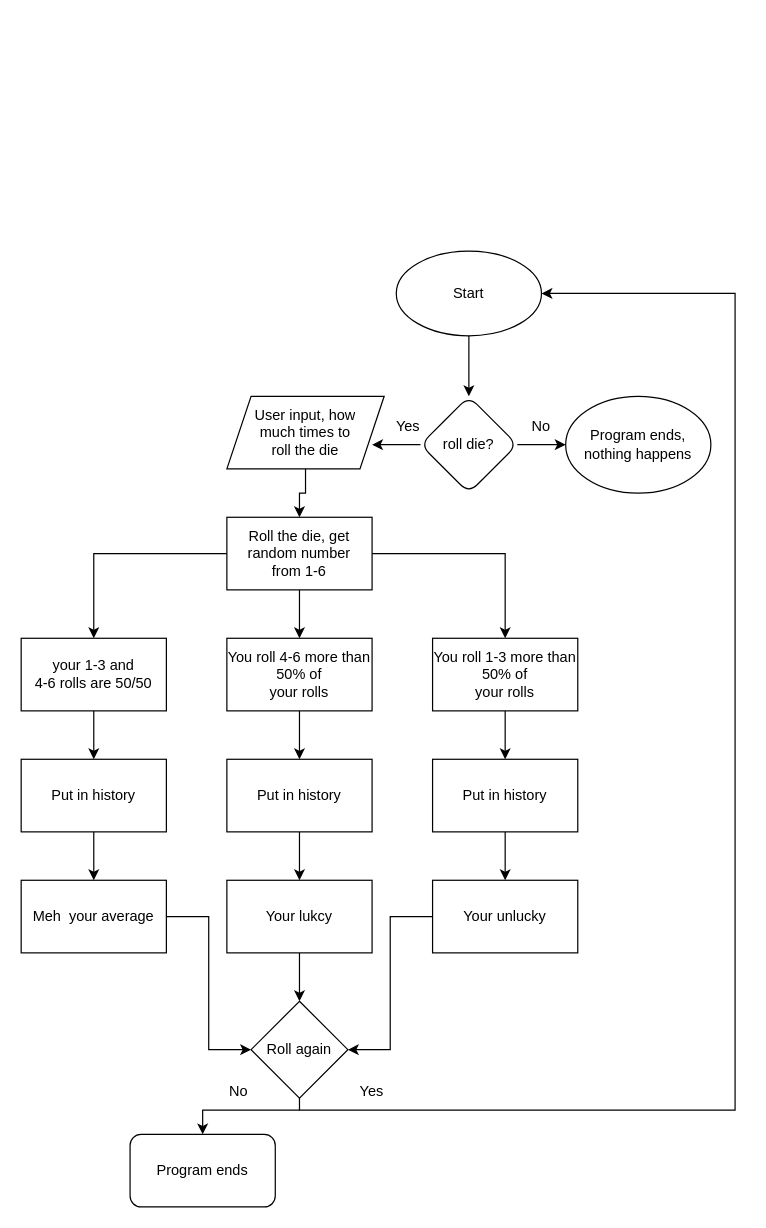
staten-island-tech/create-task-AngelaW45 keeps this draw.io diagram as Untitled Diagram.drawio. Above is the earlier version. Source tidied: cells renumbered, new cells numbered last; positions are measured from the earlier drawing's top-left corner, leaving out a move shared by most shapes. Both pictures are drawn from the tidied source at 121%, with x=0, y=0 at pixel (21, 250).
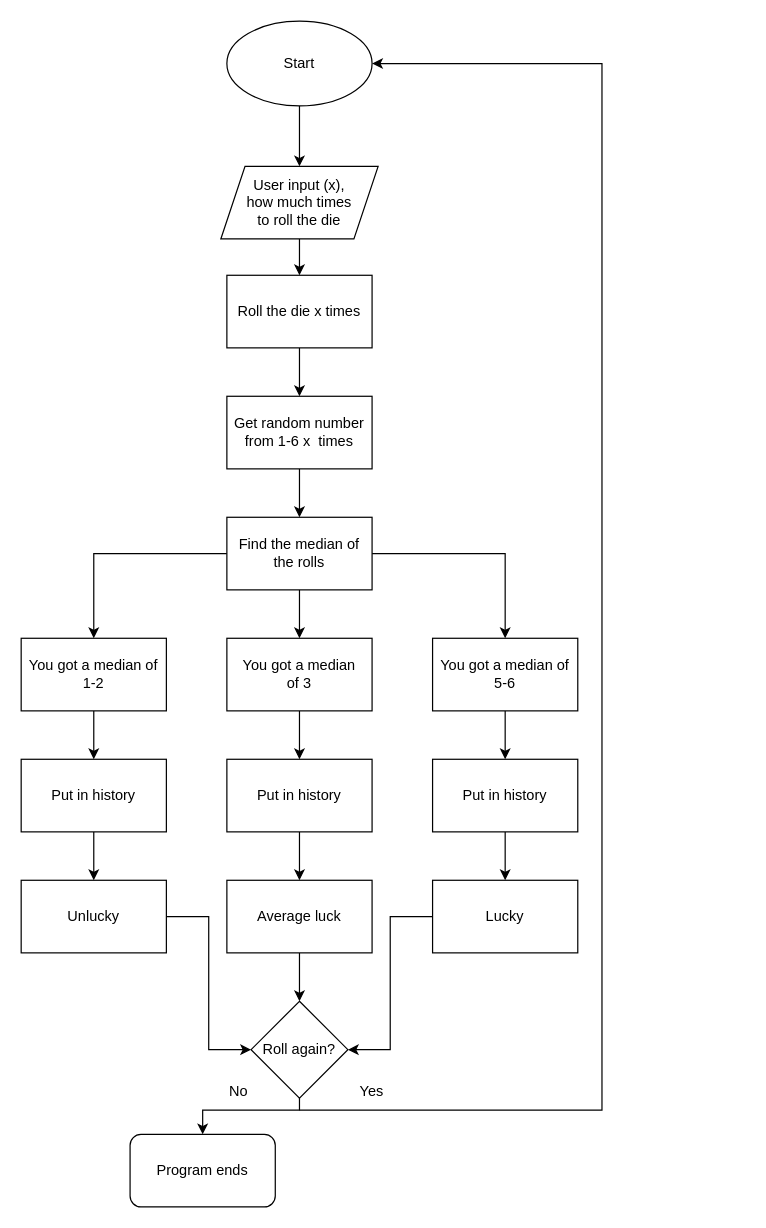
Above is the later version.

The edit, as a diff of the source:
```diff
@@
     <mxCell id="2" style="edgeStyle=orthogonalEdgeStyle;rounded=0;jettySize=auto;html=1;" parent="1" edge="1" source="3">
       <mxGeometry relative="1" as="geometry">
-        <mxPoint x="370" y="120" as="targetPoint" />
+        <mxPoint x="230" y="-70" as="targetPoint" />
       </mxGeometry>
     </mxCell>
     <mxCell id="3" value="Start" style="ellipse;whiteSpace=wrap;html=1;" parent="1" vertex="1">
-      <mxGeometry x="310" width="120" height="70" as="geometry" />
+      <mxGeometry x="170" y="-190" width="120" height="70" as="geometry" />
     </mxCell>
@@
-    <mxCell id="5" style="edgeStyle=orthogonalEdgeStyle;rounded=0;jettySize=auto;html=1;" parent="1" edge="1" source="7">
-      <mxGeometry relative="1" as="geometry">
-        <mxPoint x="450" y="160" as="targetPoint" />
-      </mxGeometry>
-    </mxCell>
-    <mxCell id="6" style="edgeStyle=orthogonalEdgeStyle;rounded=0;jettySize=auto;html=1;" parent="1" edge="1" source="7">
-      <mxGeometry relative="1" as="geometry">
-        <mxPoint x="290" y="160" as="targetPoint" />
-      </mxGeometry>
-    </mxCell>
-    <mxCell id="7" value="roll die?" style="rhombus;whiteSpace=wrap;html=1;rounded=1;" parent="1" vertex="1">
-      <mxGeometry x="330" y="120" width="80" height="80" as="geometry" />
-    </mxCell>
-    <mxCell id="8" value="Yes" style="text;strokeColor=none;align=center;fillColor=none;html=1;verticalAlign=middle;whiteSpace=wrap;rounded=0;" parent="1" vertex="1">
-      <mxGeometry x="290" y="130" width="60" height="30" as="geometry" />
-    </mxCell>
-    <mxCell id="9" value="No" style="text;strokeColor=none;align=center;fillColor=none;html=1;verticalAlign=middle;whiteSpace=wrap;rounded=0;" parent="1" vertex="1">
-      <mxGeometry x="400" y="130" width="60" height="30" as="geometry" />
-    </mxCell>
-    <mxCell id="10" value="Program ends, nothing happens" style="ellipse;whiteSpace=wrap;html=1;rounded=1;" parent="1" vertex="1">
-      <mxGeometry x="450" y="120" width="120" height="80" as="geometry" />
-    </mxCell>
-    <mxCell id="11" style="edgeStyle=orthogonalEdgeStyle;rounded=0;jettySize=auto;html=1;entryX=0.5;entryY=0;entryDx=0;entryDy=0;" parent="1" edge="1" source="14" target="18">
-      <mxGeometry relative="1" as="geometry" />
-    </mxCell>
-    <mxCell id="12" style="edgeStyle=orthogonalEdgeStyle;rounded=0;jettySize=auto;html=1;" parent="1" edge="1" source="14" target="20">
-      <mxGeometry relative="1" as="geometry" />
-    </mxCell>
-    <mxCell id="13" style="edgeStyle=orthogonalEdgeStyle;rounded=0;jettySize=auto;html=1;" parent="1" edge="1" source="14" target="22">
-      <mxGeometry relative="1" as="geometry" />
-    </mxCell>
+    <mxCell id="41" style="edgeStyle=orthogonalEdgeStyle;rounded=0;jettySize=auto;html=1;" parent="1" edge="1" source="14" target="44">
+      <mxGeometry relative="1" as="geometry" />
+    </mxCell>
-    <mxCell id="14" value="&lt;div&gt;Roll the die, get random number&lt;/div&gt;&lt;div&gt;from 1-6&lt;/div&gt;" style="rounded=0;whiteSpace=wrap;html=1;" parent="1" vertex="1">
-      <mxGeometry x="170" y="220" width="120" height="60" as="geometry" />
+    <mxCell id="14" value="&lt;div&gt;Roll the die x times&lt;br&gt;&lt;/div&gt;" style="rounded=0;whiteSpace=wrap;html=1;" parent="1" vertex="1">
+      <mxGeometry x="170" y="20" width="120" height="60" as="geometry" />
     </mxCell>
@@
-    <mxCell id="16" value="&lt;div&gt;User input, how&lt;/div&gt;&lt;div&gt;much times to&lt;/div&gt;&lt;div&gt;roll the die&lt;/div&gt;" style="shape=parallelogram;perimeter=parallelogramPerimeter;whiteSpace=wrap;html=1;fixedSize=1;rounded=0;" parent="1" vertex="1">
-      <mxGeometry x="170" y="120" width="130" height="60" as="geometry" />
+    <mxCell id="16" value="&lt;div&gt;User input (x),&lt;/div&gt;&lt;div&gt;how much times&lt;/div&gt;&lt;div&gt;to roll the die&lt;/div&gt;" style="shape=parallelogram;perimeter=parallelogramPerimeter;whiteSpace=wrap;html=1;fixedSize=1;rounded=0;" parent="1" vertex="1">
+      <mxGeometry x="165" y="-70" width="130" height="60" as="geometry" />
     </mxCell>
@@
-    <mxCell id="18" value="&lt;div&gt;You roll 4-6 more than 50% of&lt;/div&gt;&lt;div&gt;your rolls &lt;/div&gt;" style="rounded=0;whiteSpace=wrap;html=1;" parent="1" vertex="1">
+    <mxCell id="18" value="&lt;div&gt;You got a median&lt;/div&gt;&lt;div&gt;of 3 &lt;br&gt;&lt;/div&gt;" style="rounded=0;whiteSpace=wrap;html=1;" parent="1" vertex="1">
       <mxGeometry x="170" y="320" width="120" height="60" as="geometry" />
     </mxCell>
@@
-    <mxCell id="20" value="&lt;div&gt;You roll 1-3 more than 50% of&lt;/div&gt;&lt;div&gt;your rolls&lt;/div&gt;" style="whiteSpace=wrap;html=1;rounded=0;" parent="1" vertex="1">
+    <mxCell id="20" value="&lt;div&gt;You got a median of 5-6&lt;br&gt;&lt;/div&gt;" style="whiteSpace=wrap;html=1;rounded=0;" parent="1" vertex="1">
       <mxGeometry x="340" y="320" width="120" height="60" as="geometry" />
     </mxCell>
@@
-    <mxCell id="22" value="&lt;div&gt;your 1-3 and&lt;/div&gt;&lt;div&gt;4-6 rolls are 50/50&lt;/div&gt;" style="whiteSpace=wrap;html=1;rounded=0;" parent="1" vertex="1">
+    <mxCell id="22" value="&lt;div&gt;You got a median of 1-2&lt;br&gt;&lt;/div&gt;" style="whiteSpace=wrap;html=1;rounded=0;" parent="1" vertex="1">
       <mxGeometry y="320" width="120" height="60" as="geometry" />
     </mxCell>
@@
-    <mxCell id="28" value="Your lukcy" style="whiteSpace=wrap;html=1;rounded=0;" parent="1" vertex="1">
+    <mxCell id="28" value="Average luck" style="whiteSpace=wrap;html=1;rounded=0;" parent="1" vertex="1">
       <mxGeometry x="170" y="520" width="120" height="60" as="geometry" />
     </mxCell>
@@
-    <mxCell id="32" value="Meh&amp;nbsp; your average" style="whiteSpace=wrap;html=1;rounded=0;" parent="1" vertex="1">
+    <mxCell id="32" value="Unlucky" style="whiteSpace=wrap;html=1;rounded=0;" parent="1" vertex="1">
       <mxGeometry y="520" width="120" height="60" as="geometry" />
     </mxCell>
@@
-    <mxCell id="34" value="Your unlucky" style="whiteSpace=wrap;html=1;rounded=0;" parent="1" vertex="1">
+    <mxCell id="34" value="Lucky" style="whiteSpace=wrap;html=1;rounded=0;" parent="1" vertex="1">
       <mxGeometry x="340" y="520" width="120" height="60" as="geometry" />
     </mxCell>
@@
-    <mxCell id="36" style="edgeStyle=orthogonalEdgeStyle;rounded=0;jettySize=auto;html=1;entryX=1;entryY=0.5;entryDx=0;entryDy=0;" parent="1" edge="1" target="3">
-      <mxGeometry relative="1" as="geometry">
-        <mxPoint x="230" y="710" as="sourcePoint" />
-        <Array as="points">
-          <mxPoint x="590" y="710" />
-          <mxPoint x="590" y="35" />
-        </Array>
-      </mxGeometry>
-    </mxCell>
+    <mxCell id="42" style="edgeStyle=orthogonalEdgeStyle;rounded=0;jettySize=auto;html=1;entryX=1;entryY=0.5;entryDx=0;entryDy=0;" parent="1" edge="1" target="3">
+      <mxGeometry relative="1" as="geometry">
+        <mxPoint x="230" y="710" as="sourcePoint" />
+        <Array as="points">
+          <mxPoint x="480" y="710" />
+          <mxPoint x="480" y="-155" />
+        </Array>
+      </mxGeometry>
+    </mxCell>
-    <mxCell id="37" value="Roll again" style="rhombus;whiteSpace=wrap;html=1;rounded=0;" parent="1" vertex="1">
+    <mxCell id="37" value="Roll again?" style="rhombus;whiteSpace=wrap;html=1;rounded=0;" parent="1" vertex="1">
       <mxGeometry x="190" y="620" width="80" height="80" as="geometry" />
     </mxCell>
@@
+    <mxCell id="43" style="edgeStyle=orthogonalEdgeStyle;rounded=0;jettySize=auto;html=1;" parent="1" edge="1" source="44">
+      <mxGeometry relative="1" as="geometry">
+        <mxPoint x="230" y="220" as="targetPoint" />
+      </mxGeometry>
+    </mxCell>
+    <mxCell id="44" value="&lt;div&gt;Get random number&lt;/div&gt;&lt;div&gt;from 1-6 x&amp;nbsp; times&lt;br&gt;&lt;/div&gt;" style="rounded=0;whiteSpace=wrap;html=1;" parent="1" vertex="1">
+      <mxGeometry x="170" y="120" width="120" height="60" as="geometry" />
+    </mxCell>
+    <mxCell id="45" style="edgeStyle=orthogonalEdgeStyle;rounded=0;jettySize=auto;html=1;entryX=0.5;entryY=0;entryDx=0;entryDy=0;" parent="1" edge="1" source="48" target="18">
+      <mxGeometry relative="1" as="geometry" />
+    </mxCell>
+    <mxCell id="46" style="edgeStyle=orthogonalEdgeStyle;rounded=0;jettySize=auto;html=1;entryX=0.5;entryY=0;entryDx=0;entryDy=0;" parent="1" edge="1" source="48" target="22">
+      <mxGeometry relative="1" as="geometry" />
+    </mxCell>
+    <mxCell id="47" style="edgeStyle=orthogonalEdgeStyle;rounded=0;jettySize=auto;html=1;entryX=0.5;entryY=0;entryDx=0;entryDy=0;" parent="1" edge="1" source="48" target="20">
+      <mxGeometry relative="1" as="geometry" />
+    </mxCell>
+    <mxCell id="48" value="Find the median of the rolls" style="rounded=0;whiteSpace=wrap;html=1;" parent="1" vertex="1">
+      <mxGeometry x="170" y="220" width="120" height="60" as="geometry" />
+    </mxCell>
```
